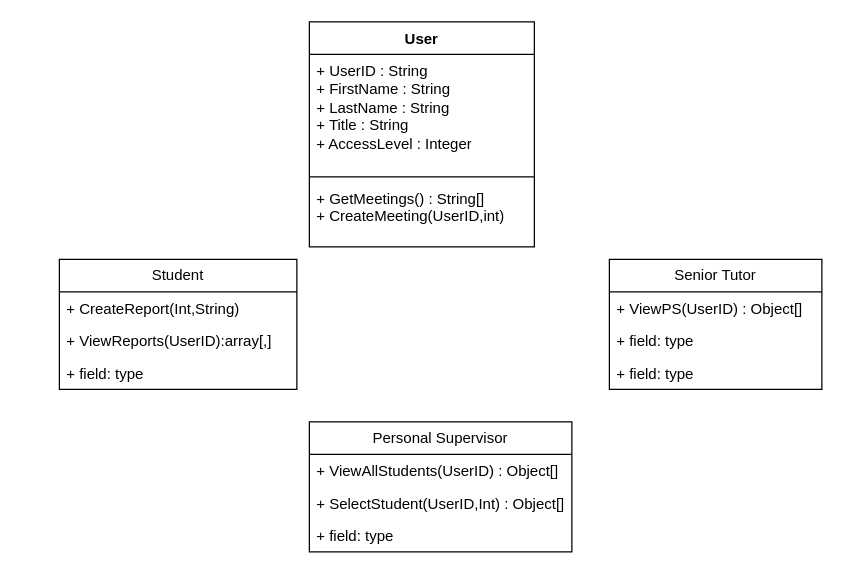
Before: DDD_UserClassDiagram.drawio in mpanks/Flowcharts, a draw.io diagram. Source tidied: cells renumbered, new cells numbered last; positions are measured from the earlier drawing's top-left corner, leaving out a move shared by most shapes. Both pictures are drawn from the tidied source at 125%, with x=0, y=0 at pixel (59, 21).
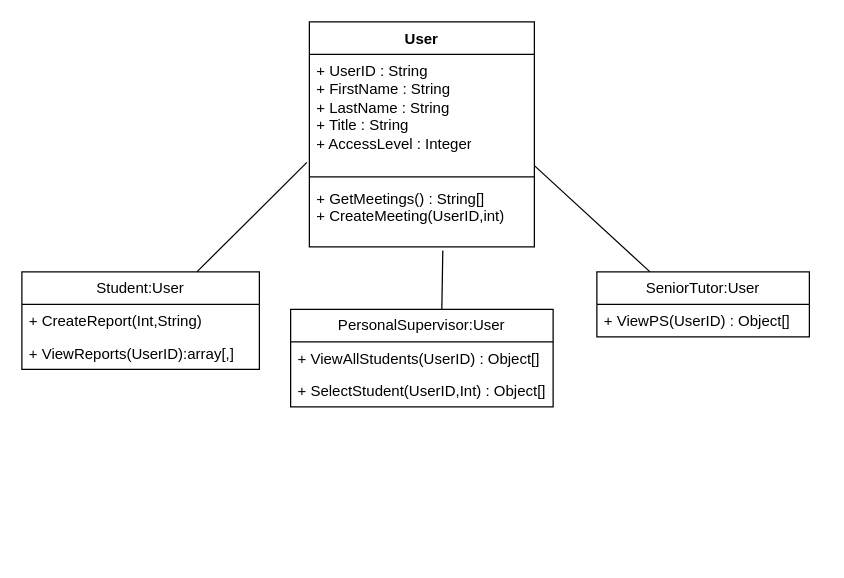
The same page after the edit.

The edit, as a diff of the source:
```diff
@@
 <mxGraphModel>
   <root>
     <mxCell id="0" />
     <mxCell id="1" parent="0" />
     <mxCell id="2" value="User" style="swimlane;fontStyle=1;align=center;verticalAlign=top;horizontal=1;startSize=26;whiteSpace=wrap;html=1;" parent="1" vertex="1">
       <mxGeometry x="200" width="180" height="180" as="geometry" />
     </mxCell>
     <mxCell id="3" value="+ UserID : String&lt;br&gt;+ FirstName : String&lt;br&gt;+ LastName : String&lt;br&gt;+ Title : String&lt;br&gt;+ AccessLevel : Integer" style="text;strokeColor=none;fillColor=none;align=left;verticalAlign=top;spacingLeft=4;spacingRight=4;overflow=hidden;points=[[0,0.5],[1,0.5]];portConstraint=eastwest;whiteSpace=wrap;html=1;" parent="2" vertex="1">
       <mxGeometry y="26" width="180" height="94" as="geometry" />
     </mxCell>
     <mxCell id="4" style="line;strokeWidth=1;fillColor=none;align=left;verticalAlign=middle;spacingTop=-1;spacingLeft=3;spacingRight=3;labelPosition=right;strokeColor=inherit;" parent="2" vertex="1">
       <mxGeometry y="120" width="180" height="8" as="geometry" />
     </mxCell>
     <mxCell id="5" value="+ GetMeetings() : String[]&lt;br&gt;+ CreateMeeting(UserID,int)" style="text;strokeColor=none;fillColor=none;align=left;verticalAlign=top;spacingLeft=4;spacingRight=4;overflow=hidden;points=[[0,0.5],[1,0.5]];portConstraint=eastwest;whiteSpace=wrap;html=1;" parent="2" vertex="1">
       <mxGeometry y="128" width="180" height="52" as="geometry" />
     </mxCell>
-    <mxCell id="6" value="Student" style="swimlane;fontStyle=0;horizontal=1;startSize=26;fillColor=none;whiteSpace=wrap;html=1;" parent="1" vertex="1">
-      <mxGeometry y="190" width="190" height="104" as="geometry" />
+    <mxCell id="6" value="Student:User" style="swimlane;fontStyle=0;horizontal=1;startSize=26;fillColor=none;whiteSpace=wrap;html=1;" parent="1" vertex="1">
+      <mxGeometry x="-30" y="200" width="190" height="78" as="geometry" />
     </mxCell>
     <mxCell id="7" value="+ CreateReport(Int,String)" style="text;strokeColor=none;fillColor=none;align=left;verticalAlign=top;spacingLeft=4;spacingRight=4;overflow=hidden;whiteSpace=wrap;html=1;" parent="6" vertex="1">
       <mxGeometry y="26" width="190" height="26" as="geometry" />
     </mxCell>
     <mxCell id="8" value="+ ViewReports(UserID):array[,]" style="text;strokeColor=none;fillColor=none;align=left;verticalAlign=top;spacingLeft=4;spacingRight=4;overflow=hidden;whiteSpace=wrap;html=1;" parent="6" vertex="1">
       <mxGeometry y="52" width="190" height="26" as="geometry" />
     </mxCell>
-    <mxCell id="9" value="+ field: type" style="text;strokeColor=none;fillColor=none;align=left;verticalAlign=top;spacingLeft=4;spacingRight=4;overflow=hidden;whiteSpace=wrap;html=1;" parent="6" vertex="1">
-      <mxGeometry y="78" width="190" height="26" as="geometry" />
-    </mxCell>
-    <mxCell id="10" value="Personal Supervisor" style="swimlane;fontStyle=0;horizontal=1;startSize=26;fillColor=none;whiteSpace=wrap;html=1;" parent="1" vertex="1">
-      <mxGeometry x="200" y="320" width="210" height="104" as="geometry" />
+    <mxCell id="10" value="PersonalSupervisor:User" style="swimlane;fontStyle=0;horizontal=1;startSize=26;fillColor=none;whiteSpace=wrap;html=1;" parent="1" vertex="1">
+      <mxGeometry x="185" y="230" width="210" height="78" as="geometry" />
     </mxCell>
     <mxCell id="11" value="+ ViewAllStudents(UserID) : Object[]" style="text;strokeColor=none;fillColor=none;align=left;verticalAlign=top;spacingLeft=4;spacingRight=4;overflow=hidden;whiteSpace=wrap;html=1;" parent="10" vertex="1">
       <mxGeometry y="26" width="210" height="26" as="geometry" />
     </mxCell>
     <mxCell id="12" value="+ SelectStudent(UserID,Int) : Object[]" style="text;strokeColor=none;fillColor=none;align=left;verticalAlign=top;spacingLeft=4;spacingRight=4;overflow=hidden;whiteSpace=wrap;html=1;" parent="10" vertex="1">
       <mxGeometry y="52" width="210" height="26" as="geometry" />
     </mxCell>
-    <mxCell id="13" value="+ field: type" style="text;strokeColor=none;fillColor=none;align=left;verticalAlign=top;spacingLeft=4;spacingRight=4;overflow=hidden;whiteSpace=wrap;html=1;" parent="10" vertex="1">
-      <mxGeometry y="78" width="210" height="26" as="geometry" />
-    </mxCell>
-    <mxCell id="14" value="Senior Tutor" style="swimlane;fontStyle=0;horizontal=1;startSize=26;fillColor=none;whiteSpace=wrap;html=1;" parent="1" vertex="1">
-      <mxGeometry x="440" y="190" width="170" height="104" as="geometry" />
+    <mxCell id="14" value="SeniorTutor:User" style="swimlane;fontStyle=0;horizontal=1;startSize=26;fillColor=none;whiteSpace=wrap;html=1;" parent="1" vertex="1">
+      <mxGeometry x="430" y="200" width="170" height="52" as="geometry" />
     </mxCell>
     <mxCell id="15" value="+ ViewPS(UserID) : Object[]" style="text;strokeColor=none;fillColor=none;align=left;verticalAlign=top;spacingLeft=4;spacingRight=4;overflow=hidden;whiteSpace=wrap;html=1;" parent="14" vertex="1">
       <mxGeometry y="26" width="170" height="26" as="geometry" />
     </mxCell>
-    <mxCell id="16" value="+ field: type" style="text;strokeColor=none;fillColor=none;align=left;verticalAlign=top;spacingLeft=4;spacingRight=4;overflow=hidden;whiteSpace=wrap;html=1;" parent="14" vertex="1">
-      <mxGeometry y="52" width="170" height="26" as="geometry" />
-    </mxCell>
-    <mxCell id="17" value="+ field: type" style="text;strokeColor=none;fillColor=none;align=left;verticalAlign=top;spacingLeft=4;spacingRight=4;overflow=hidden;whiteSpace=wrap;html=1;" parent="14" vertex="1">
-      <mxGeometry y="78" width="170" height="26" as="geometry" />
-    </mxCell>
+    <mxCell id="18" style="endArrow=none;html=1;rounded=0;entryX=-0.011;entryY=0.919;entryDx=0;entryDy=0;entryPerimeter=0;" parent="1" edge="1" target="3">
+      <mxGeometry relative="1" as="geometry">
+        <mxPoint x="110" y="200" as="sourcePoint" />
+      </mxGeometry>
+    </mxCell>
+    <mxCell id="19" style="endArrow=none;html=1;rounded=0;entryX=0.593;entryY=1.054;entryDx=0;entryDy=0;entryPerimeter=0;exitX=0.576;exitY=0;exitDx=0;exitDy=0;exitPerimeter=0;" parent="1" edge="1" source="10" target="5">
+      <mxGeometry relative="1" as="geometry" />
+    </mxCell>
+    <mxCell id="20" style="endArrow=none;html=1;rounded=0;entryX=0.25;entryY=0;entryDx=0;entryDy=0;" parent="1" edge="1" target="14">
+      <mxGeometry relative="1" as="geometry">
+        <mxPoint x="380" y="115" as="sourcePoint" />
+      </mxGeometry>
+    </mxCell>
   </root>
 </mxGraphModel>
```
